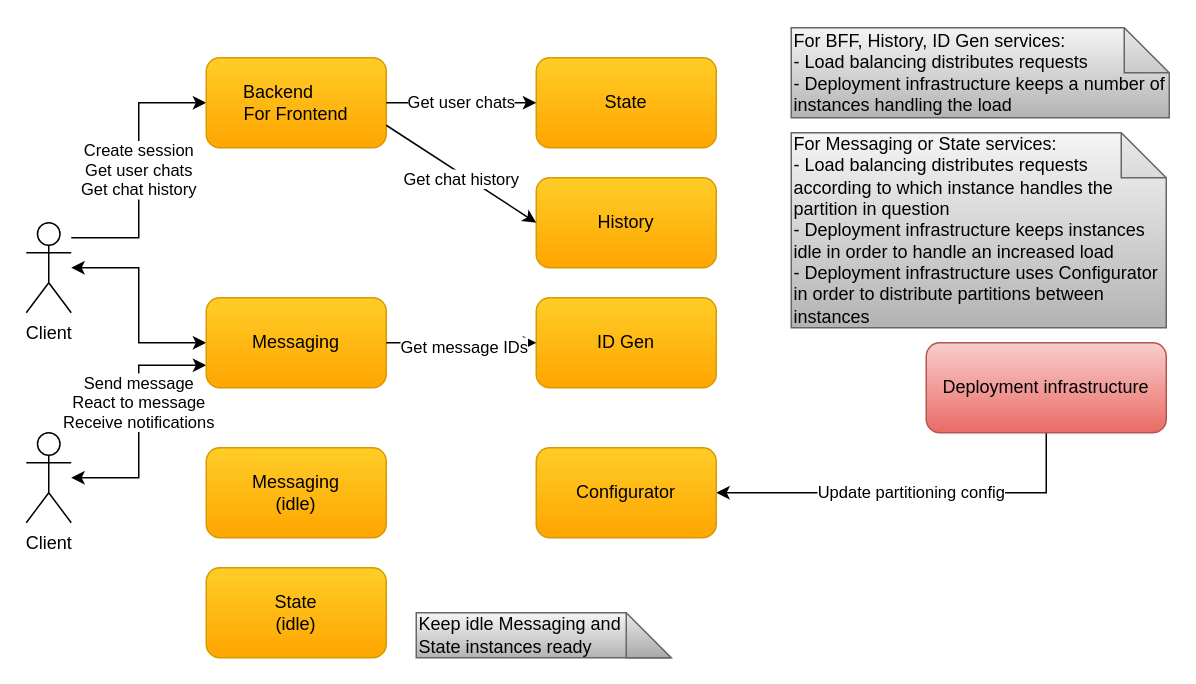
Before: docs/diagrams/cecochat-07-deployment.drawio in cvetomir-todorov/CecoChat, a draw.io diagram. Source tidied: cells renumbered, new cells numbered last; positions are measured from the earlier drawing's top-left corner, leaving out a move shared by most shapes. Both pictures are drawn from the tidied source at 150%, with x=0, y=0 at pixel (26, 27).
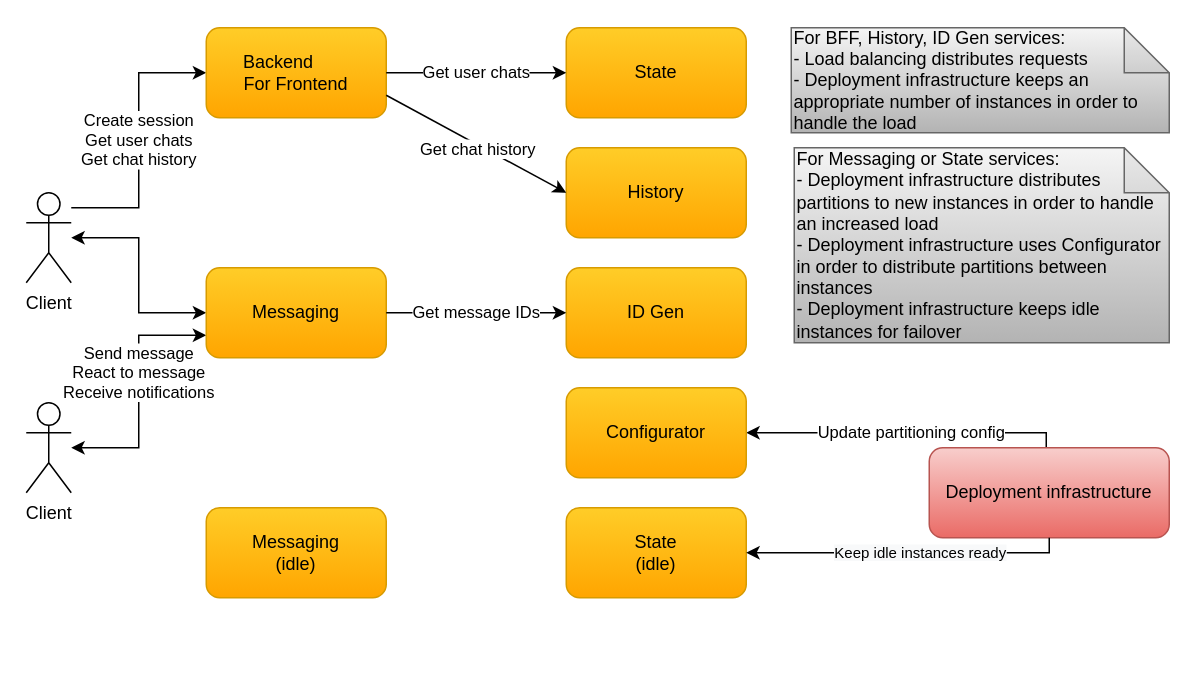
The same diagram, later.

Commit message (it also covers changes not shown here):
Update overall and deployment diagrams

What changed in the source:
```diff
@@
     <mxCell id="2" value="Update partitioning config" style="edgeStyle=orthogonalEdgeStyle;rounded=0;jettySize=auto;html=1;entryX=1;entryY=0.5;entryDx=0;entryDy=0;" parent="1" edge="1" source="3" target="12">
-      <mxGeometry relative="1" as="geometry">
+      <mxGeometry x="-0.05" relative="1" as="geometry">
         <Array as="points">
-          <mxPoint x="680" y="310" />
+          <mxPoint x="680" y="290" />
         </Array>
       </mxGeometry>
     </mxCell>
     <mxCell id="3" value="Deployment infrastructure" style="rounded=1;whiteSpace=wrap;html=1;gradientColor=#ea6b66;fillColor=#f8cecc;strokeColor=#b85450;" parent="1" vertex="1">
-      <mxGeometry x="600" y="210" width="160" height="60" as="geometry" />
+      <mxGeometry x="602" y="280" width="160" height="60" as="geometry" />
     </mxCell>
-    <mxCell id="4" value="&lt;div&gt;Keep idle Messaging and State&amp;nbsp;&lt;span&gt;instances ready&lt;/span&gt;&lt;/div&gt;" style="shape=note;whiteSpace=wrap;html=1;backgroundOutline=1;darkOpacity=0.05;align=left;gradientColor=#b3b3b3;fillColor=#f5f5f5;strokeColor=#666666;" parent="1" vertex="1">
-      <mxGeometry x="260" y="390" width="170" height="30" as="geometry" />
-    </mxCell>
-    <mxCell id="5" value="&lt;div&gt;&lt;span&gt;For Messaging or State&amp;nbsp;&lt;/span&gt;&lt;span&gt;services:&lt;/span&gt;&lt;/div&gt;&lt;div&gt;&lt;span&gt;- Load balancing distributes requests according to which instance handles the partition in question&lt;/span&gt;&lt;/div&gt;&lt;div&gt;&lt;span&gt;- Deployment infrastructure keeps instances idle in order to handle an increased load&lt;/span&gt;&lt;/div&gt;&lt;div&gt;&lt;span&gt;- Deployment infrastructure uses Configurator in order to distribute partitions between instances&lt;/span&gt;&lt;/div&gt;" style="shape=note;whiteSpace=wrap;html=1;backgroundOutline=1;darkOpacity=0.05;align=left;gradientColor=#b3b3b3;fillColor=#f5f5f5;strokeColor=#666666;" parent="1" vertex="1">
-      <mxGeometry x="510" y="70" width="250" height="130" as="geometry" />
+    <mxCell id="5" value="&lt;div&gt;&lt;span&gt;For Messaging or State&amp;nbsp;&lt;/span&gt;&lt;span&gt;services:&lt;/span&gt;&lt;/div&gt;&lt;div&gt;&lt;span&gt;- Deployment infrastructure distributes partitions to new instances in order to handle an increased load&lt;/span&gt;&lt;br&gt;&lt;/div&gt;&lt;div&gt;&lt;span&gt;- Deployment infrastructure uses Configurator in order to distribute partitions between instances&lt;/span&gt;&lt;br&gt;&lt;/div&gt;&lt;div&gt;&lt;div&gt;- Deployment infrastructure keeps idle instances for failover&lt;/div&gt;&lt;/div&gt;" style="shape=note;whiteSpace=wrap;html=1;backgroundOutline=1;darkOpacity=0.05;align=left;gradientColor=#b3b3b3;fillColor=#f5f5f5;strokeColor=#666666;" parent="1" vertex="1">
+      <mxGeometry x="512" y="80" width="250" height="130" as="geometry" />
     </mxCell>
@@
     <mxCell id="7" value="Create session&lt;br&gt;Get user chats&lt;br&gt;Get chat history" style="edgeStyle=orthogonalEdgeStyle;rounded=0;jettySize=auto;html=1;entryX=0;entryY=0.5;entryDx=0;entryDy=0;" parent="1" edge="1" source="8" target="16">
       <mxGeometry relative="1" as="geometry">
         <Array as="points">
-          <mxPoint x="75" y="140" />
-          <mxPoint x="75" y="50" />
+          <mxPoint x="75" y="120" />
+          <mxPoint x="75" y="30" />
         </Array>
       </mxGeometry>
     </mxCell>
     <mxCell id="8" value="Client" style="shape=umlActor;verticalLabelPosition=bottom;verticalAlign=top;html=1;outlineConnect=0;" parent="1" vertex="1">
-      <mxGeometry y="130" width="30" height="60" as="geometry" />
+      <mxGeometry y="110" width="30" height="60" as="geometry" />
     </mxCell>
@@
     <mxCell id="10" value="Client" style="shape=umlActor;verticalLabelPosition=bottom;verticalAlign=top;html=1;outlineConnect=0;" parent="1" vertex="1">
-      <mxGeometry y="270" width="30" height="60" as="geometry" />
+      <mxGeometry y="250" width="30" height="60" as="geometry" />
     </mxCell>
     <mxCell id="11" value="&lt;font style=&quot;font-size: 12px&quot;&gt;Messaging&lt;/font&gt;" style="rounded=1;whiteSpace=wrap;html=1;gradientColor=#ffa500;fillColor=#ffcd28;strokeColor=#d79b00;" parent="1" vertex="1">
-      <mxGeometry x="120" y="180" width="120" height="60" as="geometry" />
+      <mxGeometry x="120" y="160" width="120" height="60" as="geometry" />
     </mxCell>
     <mxCell id="12" value="Configurator" style="rounded=1;whiteSpace=wrap;html=1;gradientColor=#ffa500;fillColor=#ffcd28;strokeColor=#d79b00;" parent="1" vertex="1">
-      <mxGeometry x="340" y="280" width="120" height="60" as="geometry" />
+      <mxGeometry x="360" y="240" width="120" height="60" as="geometry" />
     </mxCell>
     <mxCell id="13" value="&lt;font style=&quot;font-size: 12px&quot;&gt;History&lt;/font&gt;" style="rounded=1;whiteSpace=wrap;html=1;gradientColor=#ffa500;fillColor=#ffcd28;strokeColor=#d79b00;" parent="1" vertex="1">
-      <mxGeometry x="340" y="100" width="120" height="60" as="geometry" />
+      <mxGeometry x="360" y="80" width="120" height="60" as="geometry" />
     </mxCell>
     <mxCell id="14" value="&lt;font style=&quot;font-size: 12px&quot;&gt;ID Gen&lt;/font&gt;" style="rounded=1;whiteSpace=wrap;html=1;gradientColor=#ffa500;fillColor=#ffcd28;strokeColor=#d79b00;" parent="1" vertex="1">
-      <mxGeometry x="340" y="180" width="120" height="60" as="geometry" />
+      <mxGeometry x="360" y="160" width="120" height="60" as="geometry" />
     </mxCell>
     <mxCell id="15" value="Get message IDs" style="endArrow=classic;html=1;exitX=1;exitY=0.5;exitDx=0;exitDy=0;entryX=0;entryY=0.5;entryDx=0;entryDy=0;" parent="1" edge="1" source="11" target="14">
-      <mxGeometry x="0.04" y="-3" relative="1" as="geometry" />
+      <mxGeometry relative="1" as="geometry" />
     </mxCell>
     <mxCell id="16" value="&lt;font style=&quot;font-size: 12px&quot;&gt;Backend&amp;nbsp; &amp;nbsp; &amp;nbsp; &amp;nbsp;&lt;br&gt;For Frontend&lt;/font&gt;" style="rounded=1;whiteSpace=wrap;html=1;gradientColor=#ffa500;fillColor=#ffcd28;strokeColor=#d79b00;" parent="1" vertex="1">
-      <mxGeometry x="120" y="20" width="120" height="60" as="geometry" />
+      <mxGeometry x="120" width="120" height="60" as="geometry" />
     </mxCell>
     <mxCell id="17" value="&lt;font style=&quot;font-size: 12px&quot;&gt;State&lt;/font&gt;" style="rounded=1;whiteSpace=wrap;html=1;gradientColor=#ffa500;fillColor=#ffcd28;strokeColor=#d79b00;" parent="1" vertex="1">
-      <mxGeometry x="340" y="20" width="120" height="60" as="geometry" />
+      <mxGeometry x="360" width="120" height="60" as="geometry" />
     </mxCell>
@@
     <mxCell id="20" value="&lt;font style=&quot;font-size: 12px&quot;&gt;Messaging&lt;br&gt;(idle)&lt;br&gt;&lt;/font&gt;" style="rounded=1;whiteSpace=wrap;html=1;gradientColor=#ffa500;fillColor=#ffcd28;strokeColor=#d79b00;" parent="1" vertex="1">
-      <mxGeometry x="120" y="280" width="120" height="60" as="geometry" />
+      <mxGeometry x="120" y="320" width="120" height="60" as="geometry" />
     </mxCell>
-    <mxCell id="21" value="&lt;div&gt;&lt;span&gt;For BFF, History,&amp;nbsp;&lt;/span&gt;&lt;span&gt;ID Gen services:&lt;/span&gt;&lt;/div&gt;&lt;div&gt;- Load balancing distributes requests&lt;span&gt;&lt;br&gt;&lt;/span&gt;&lt;/div&gt;&lt;div&gt;&lt;span&gt;- Deployment infrastructure keeps a number of instances handling the load&lt;/span&gt;&lt;/div&gt;" style="shape=note;whiteSpace=wrap;html=1;backgroundOutline=1;darkOpacity=0.05;align=left;gradientColor=#b3b3b3;fillColor=#f5f5f5;strokeColor=#666666;" parent="1" vertex="1">
-      <mxGeometry x="510" width="252" height="60" as="geometry" />
+    <mxCell id="21" value="&lt;div&gt;&lt;span&gt;For BFF, History,&amp;nbsp;&lt;/span&gt;&lt;span&gt;ID Gen services:&lt;/span&gt;&lt;/div&gt;&lt;div&gt;- Load balancing distributes requests&lt;span&gt;&lt;br&gt;&lt;/span&gt;&lt;/div&gt;&lt;div&gt;&lt;span&gt;- Deployment infrastructure keeps an appropriate number of instances in order to handle the load&lt;/span&gt;&lt;/div&gt;" style="shape=note;whiteSpace=wrap;html=1;backgroundOutline=1;darkOpacity=0.05;align=left;gradientColor=#b3b3b3;fillColor=#f5f5f5;strokeColor=#666666;" parent="1" vertex="1">
+      <mxGeometry x="510" width="252" height="70" as="geometry" />
     </mxCell>
     <mxCell id="22" value="&lt;font style=&quot;font-size: 12px&quot;&gt;State&lt;br&gt;(idle)&lt;br&gt;&lt;/font&gt;" style="rounded=1;whiteSpace=wrap;html=1;gradientColor=#ffa500;fillColor=#ffcd28;strokeColor=#d79b00;" parent="1" vertex="1">
-      <mxGeometry x="120" y="360" width="120" height="60" as="geometry" />
+      <mxGeometry x="360" y="320" width="120" height="60" as="geometry" />
     </mxCell>
+    <mxCell id="23" value="&lt;font style=&quot;font-size: 10px&quot;&gt;&lt;span style=&quot;text-align: left ; background-color: rgb(248 , 249 , 250)&quot;&gt;Keep idle&amp;nbsp;&lt;/span&gt;&lt;span style=&quot;text-align: left ; background-color: rgb(248 , 249 , 250)&quot;&gt;instances ready&lt;/span&gt;&lt;/font&gt;" style="edgeStyle=orthogonalEdgeStyle;rounded=0;jettySize=auto;html=1;entryX=1;entryY=0.5;entryDx=0;entryDy=0;exitX=0.5;exitY=1;exitDx=0;exitDy=0;" parent="1" edge="1" source="3" target="22">
+      <mxGeometry x="-0.09" relative="1" as="geometry">
+        <Array as="points">
+          <mxPoint x="682" y="350" />
+        </Array>
+      </mxGeometry>
+    </mxCell>
```
